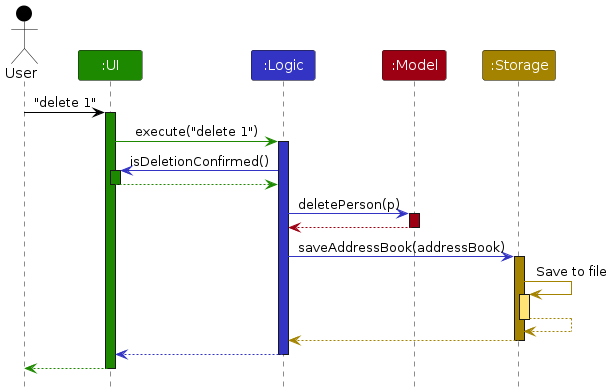
Before: diagrams/ArchitectureSequenceDiagram.png, a diagram exported from PlantUML (AY2425S1-CS2103T-T10-1/tp). Its source is kept beside it as diagrams/ArchitectureSequenceDiagram.puml.
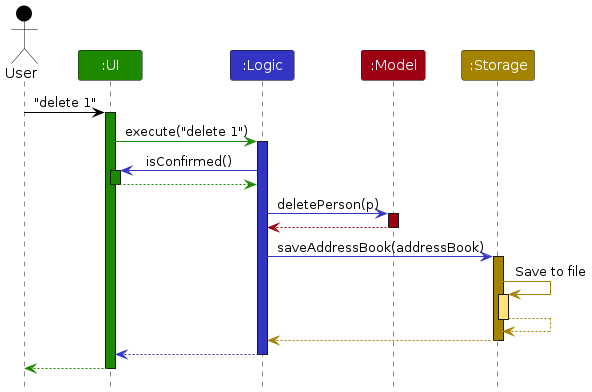
After the commit.

Diff of the diagram source:
```diff
@@ -14,7 +14,7 @@
 ui -[UI_COLOR]> logic : execute("delete 1")
 activate logic LOGIC_COLOR
 
-logic -[LOGIC_COLOR]> ui : isDeletionConfirmed()
+logic -[LOGIC_COLOR]> ui : isConfirmed()
 activate ui UI_COLOR
 ui -[UI_COLOR]-> logic
 deactivate ui UI_COLOR
```
